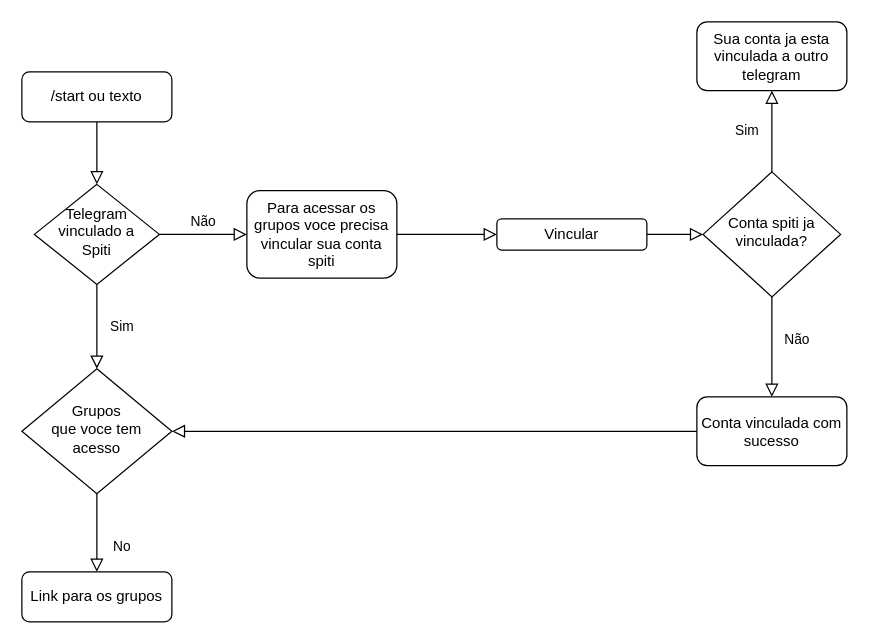
Before: diagramas/Diagrama sem nome.drawio in lramos94/diagramas, a draw.io diagram. Source tidied: cells renumbered, new cells numbered last; positions are measured from the earlier drawing's top-left corner, leaving out a move shared by most shapes. Both pictures are drawn from the tidied source at 125%, with x=0, y=0 at pixel (21, 21).
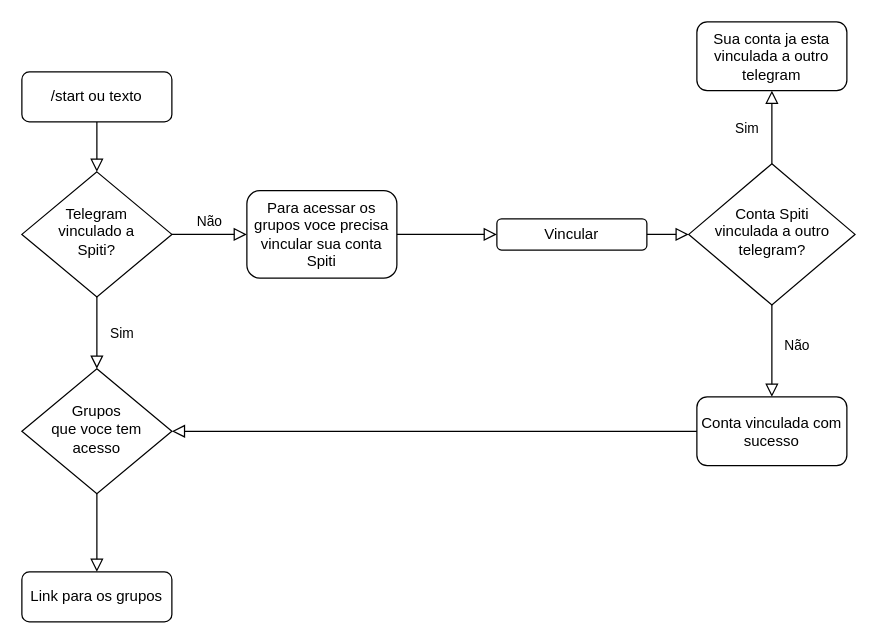
Above is the later version.

Diff of the diagram source:
```diff
@@
 <mxGraphModel>
   <root>
     <mxCell id="0" />
     <mxCell id="1" parent="0" />
     <mxCell id="2" style="rounded=0;html=1;jettySize=auto;fontSize=11;endArrow=block;endFill=0;endSize=8;strokeWidth=1;shadow=0;labelBackgroundColor=none;edgeStyle=orthogonalEdgeStyle;" parent="1" edge="1" source="3" target="6">
       <mxGeometry relative="1" as="geometry" />
     </mxCell>
     <mxCell id="3" value="/start ou texto" style="rounded=1;whiteSpace=wrap;html=1;fontSize=12;glass=0;strokeWidth=1;shadow=0;" parent="1" vertex="1">
       <mxGeometry y="40" width="120" height="40" as="geometry" />
     </mxCell>
     <mxCell id="4" value="Sim" style="rounded=0;html=1;jettySize=auto;fontSize=11;endArrow=block;endFill=0;endSize=8;strokeWidth=1;shadow=0;labelBackgroundColor=none;edgeStyle=orthogonalEdgeStyle;" parent="1" edge="1" source="6" target="9">
       <mxGeometry y="20" relative="1" as="geometry" />
     </mxCell>
     <mxCell id="5" value="Não" style="edgeStyle=orthogonalEdgeStyle;rounded=0;html=1;jettySize=auto;fontSize=11;endArrow=block;endFill=0;endSize=8;strokeWidth=1;shadow=0;labelBackgroundColor=none;" parent="1" edge="1" source="6" target="7">
       <mxGeometry y="10" relative="1" as="geometry" />
     </mxCell>
-    <mxCell id="6" value="Telegram vinculado a &lt;br&gt;Spiti" style="rhombus;whiteSpace=wrap;html=1;shadow=0;fontFamily=Helvetica;fontSize=12;align=center;strokeWidth=1;spacing=6;spacingTop=-4;" parent="1" vertex="1">
-      <mxGeometry x="10" y="130" width="100" height="80" as="geometry" />
+    <mxCell id="6" value="Telegram &lt;br&gt;vinculado a &lt;br&gt;Spiti?" style="rhombus;whiteSpace=wrap;html=1;shadow=0;fontFamily=Helvetica;fontSize=12;align=center;strokeWidth=1;spacing=6;spacingTop=-4;" parent="1" vertex="1">
+      <mxGeometry y="120" width="120" height="100" as="geometry" />
     </mxCell>
-    <mxCell id="7" value="Para acessar os grupos voce precisa vincular sua conta spiti" style="rounded=1;whiteSpace=wrap;html=1;fontSize=12;glass=0;strokeWidth=1;shadow=0;" parent="1" vertex="1">
+    <mxCell id="7" value="Para acessar os grupos voce precisa vincular sua conta Spiti" style="rounded=1;whiteSpace=wrap;html=1;fontSize=12;glass=0;strokeWidth=1;shadow=0;" parent="1" vertex="1">
       <mxGeometry x="180" y="135" width="120" height="70" as="geometry" />
     </mxCell>
-    <mxCell id="8" value="No" style="rounded=0;html=1;jettySize=auto;fontSize=11;endArrow=block;endFill=0;endSize=8;strokeWidth=1;shadow=0;labelBackgroundColor=none;edgeStyle=orthogonalEdgeStyle;" parent="1" edge="1" source="9" target="10">
+    <mxCell id="8" style="rounded=0;html=1;jettySize=auto;fontSize=11;endArrow=block;endFill=0;endSize=8;strokeWidth=1;shadow=0;labelBackgroundColor=none;edgeStyle=orthogonalEdgeStyle;" parent="1" edge="1" source="9" target="10">
       <mxGeometry x="0.33" y="20" relative="1" as="geometry" />
     </mxCell>
     <mxCell id="9" value="Grupos &lt;br&gt;que voce tem acesso" style="rhombus;whiteSpace=wrap;html=1;shadow=0;fontFamily=Helvetica;fontSize=12;align=center;strokeWidth=1;spacing=6;spacingTop=-4;" parent="1" vertex="1">
       <mxGeometry y="277.5" width="120" height="100" as="geometry" />
     </mxCell>
     <mxCell id="10" value="Link para os grupos" style="rounded=1;whiteSpace=wrap;html=1;fontSize=12;glass=0;strokeWidth=1;shadow=0;" parent="1" vertex="1">
       <mxGeometry y="440" width="120" height="40" as="geometry" />
     </mxCell>
     <mxCell id="11" value="Vincular" style="rounded=1;whiteSpace=wrap;html=1;fontSize=12;glass=0;strokeWidth=1;shadow=0;" parent="1" vertex="1">
       <mxGeometry x="380" y="157.5" width="120" height="25" as="geometry" />
     </mxCell>
     <mxCell id="12" style="edgeStyle=orthogonalEdgeStyle;rounded=0;html=1;jettySize=auto;fontSize=11;endArrow=block;endFill=0;endSize=8;strokeWidth=1;shadow=0;labelBackgroundColor=none;exitX=1;exitY=0.5;exitDx=0;exitDy=0;entryX=0;entryY=0.5;entryDx=0;entryDy=0;" parent="1" edge="1" source="7" target="11">
       <mxGeometry y="10" relative="1" as="geometry" />
     </mxCell>
-    <mxCell id="13" value="Conta spiti ja vinculada?" style="rhombus;whiteSpace=wrap;html=1;shadow=0;fontFamily=Helvetica;fontSize=12;align=center;strokeWidth=1;spacing=6;spacingTop=-4;" parent="1" vertex="1">
-      <mxGeometry x="545" y="120" width="110" height="100" as="geometry" />
+    <mxCell id="13" value="Conta Spiti &lt;br&gt;vinculada a outro telegram?" style="rhombus;whiteSpace=wrap;html=1;shadow=0;fontFamily=Helvetica;fontSize=12;align=center;strokeWidth=1;spacing=6;spacingTop=-4;" parent="1" vertex="1">
+      <mxGeometry x="533.5" y="113.5" width="133" height="113" as="geometry" />
     </mxCell>
     <mxCell id="14" style="edgeStyle=orthogonalEdgeStyle;rounded=0;html=1;jettySize=auto;fontSize=11;endArrow=block;endFill=0;endSize=8;strokeWidth=1;shadow=0;labelBackgroundColor=none;entryX=0;entryY=0.5;entryDx=0;entryDy=0;exitX=1;exitY=0.5;exitDx=0;exitDy=0;" parent="1" edge="1" source="11" target="13">
       <mxGeometry y="10" relative="1" as="geometry" />
     </mxCell>
     <mxCell id="15" value="Sua conta ja esta vinculada a outro telegram" style="rounded=1;whiteSpace=wrap;html=1;fontSize=12;glass=0;strokeWidth=1;shadow=0;" parent="1" vertex="1">
       <mxGeometry x="540" width="120" height="55" as="geometry" />
     </mxCell>
     <mxCell id="16" value="Sim" style="rounded=0;html=1;jettySize=auto;fontSize=11;endArrow=block;endFill=0;endSize=8;strokeWidth=1;shadow=0;labelBackgroundColor=none;edgeStyle=orthogonalEdgeStyle;exitX=0.5;exitY=0;exitDx=0;exitDy=0;entryX=0.5;entryY=1;entryDx=0;entryDy=0;" parent="1" edge="1" source="13" target="15">
       <mxGeometry y="20" relative="1" as="geometry" />
     </mxCell>
     <mxCell id="17" value="Não" style="edgeStyle=orthogonalEdgeStyle;rounded=0;html=1;jettySize=auto;fontSize=11;endArrow=block;endFill=0;endSize=8;strokeWidth=1;shadow=0;labelBackgroundColor=none;exitX=0.5;exitY=1;exitDx=0;exitDy=0;entryX=0.5;entryY=0;entryDx=0;entryDy=0;" parent="1" edge="1" source="13" target="18">
       <mxGeometry x="-0.14" y="20" relative="1" as="geometry" />
     </mxCell>
     <mxCell id="18" value="Conta vinculada com sucesso" style="rounded=1;whiteSpace=wrap;html=1;fontSize=12;glass=0;strokeWidth=1;shadow=0;" parent="1" vertex="1">
       <mxGeometry x="540" y="300" width="120" height="55" as="geometry" />
     </mxCell>
     <mxCell id="19" style="edgeStyle=orthogonalEdgeStyle;rounded=0;html=1;jettySize=auto;fontSize=11;endArrow=block;endFill=0;endSize=8;strokeWidth=1;shadow=0;labelBackgroundColor=none;exitX=0;exitY=0.5;exitDx=0;exitDy=0;entryX=1;entryY=0.5;entryDx=0;entryDy=0;" parent="1" edge="1" source="18" target="9">
       <mxGeometry y="10" relative="1" as="geometry" />
     </mxCell>
   </root>
 </mxGraphModel>
```
